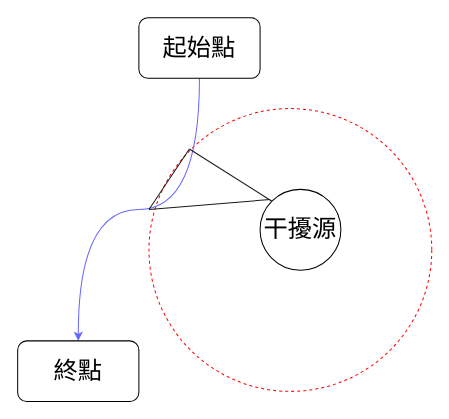
Before: Untitled Diagram.drawio in pengzhen80/PigeonRace, a draw.io diagram. Source tidied: cells renumbered, new cells numbered last; positions are measured from the earlier drawing's top-left corner, leaving out a move shared by most shapes. Both pictures are drawn from the tidied source at 101%, with x=0, y=0 at pixel (17, 17).
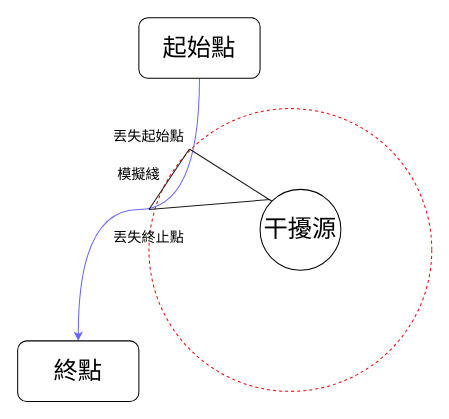
The same diagram, later.

The edit, as a diff of the source:
```diff
@@
 <mxGraphModel>
   <root>
     <mxCell id="0" />
     <mxCell id="1" parent="0" />
     <mxCell id="2" style="ellipse;whiteSpace=wrap;html=1;dashed=1;strokeColor=#FF0000;" parent="1" vertex="1">
       <mxGeometry x="130" y="90" width="280" height="280" as="geometry" />
     </mxCell>
     <mxCell id="3" style="curved=1;endArrow=classic;html=1;rounded=0;entryX=0.5;entryY=0;entryDx=0;entryDy=0;strokeColor=#6666FF;edgeStyle=orthogonalEdgeStyle;exitX=0.5;exitY=1;exitDx=0;exitDy=0;" parent="1" edge="1" source="5" target="6">
       <mxGeometry relative="1" as="geometry" />
     </mxCell>
     <mxCell id="4" value="&lt;font style=&quot;font-size: 24px&quot;&gt;干擾源&lt;/font&gt;" style="ellipse;whiteSpace=wrap;html=1;" parent="1" vertex="1">
       <mxGeometry x="240" y="170" width="80" height="80" as="geometry" />
     </mxCell>
     <mxCell id="5" value="&lt;font style=&quot;font-size: 24px&quot;&gt;起始點&lt;/font&gt;" style="rounded=1;whiteSpace=wrap;html=1;" parent="1" vertex="1">
       <mxGeometry x="120" width="120" height="60" as="geometry" />
     </mxCell>
     <mxCell id="6" value="&lt;font style=&quot;font-size: 24px&quot;&gt;終點&lt;/font&gt;" style="rounded=1;whiteSpace=wrap;html=1;" parent="1" vertex="1">
       <mxGeometry y="320" width="120" height="60" as="geometry" />
     </mxCell>
     <mxCell id="7" style="endArrow=none;html=1;rounded=0;strokeColor=#1A1A1A;curved=1;entryX=0;entryY=0;entryDx=0;entryDy=0;" parent="1" edge="1" target="4">
       <mxGeometry relative="1" as="geometry">
         <mxPoint x="170" y="130" as="sourcePoint" />
       </mxGeometry>
     </mxCell>
     <mxCell id="8" style="endArrow=none;html=1;rounded=0;strokeColor=#1A1A1A;curved=1;" parent="1" edge="1">
       <mxGeometry relative="1" as="geometry">
         <mxPoint x="130" y="190" as="sourcePoint" />
         <mxPoint x="250" y="180" as="targetPoint" />
       </mxGeometry>
     </mxCell>
     <mxCell id="9" style="endArrow=none;html=1;rounded=0;strokeColor=#1A1A1A;curved=1;" parent="1" edge="1">
       <mxGeometry relative="1" as="geometry">
         <mxPoint x="130" y="190" as="sourcePoint" />
         <mxPoint x="170" y="130" as="targetPoint" />
       </mxGeometry>
     </mxCell>
+    <mxCell id="10" value="&lt;font style=&quot;font-size: 14px&quot;&gt;丟失起始點&lt;/font&gt;" style="text;html=1;strokeColor=none;fillColor=none;align=center;verticalAlign=middle;whiteSpace=wrap;rounded=0;dashed=1;fontSize=24;" parent="1" vertex="1">
+      <mxGeometry x="90" y="100" width="80" height="30" as="geometry" />
+    </mxCell>
+    <mxCell id="11" value="&lt;font style=&quot;font-size: 14px&quot;&gt;丟失終止點&lt;/font&gt;" style="text;html=1;strokeColor=none;fillColor=none;align=center;verticalAlign=middle;whiteSpace=wrap;rounded=0;dashed=1;fontSize=24;" parent="1" vertex="1">
+      <mxGeometry x="90" y="200" width="80" height="30" as="geometry" />
+    </mxCell>
+    <mxCell id="12" value="模擬綫" style="text;html=1;strokeColor=none;fillColor=none;align=center;verticalAlign=middle;whiteSpace=wrap;rounded=0;dashed=1;fontSize=14;" parent="1" vertex="1">
+      <mxGeometry x="90" y="140" width="60" height="30" as="geometry" />
+    </mxCell>
   </root>
 </mxGraphModel>
```
